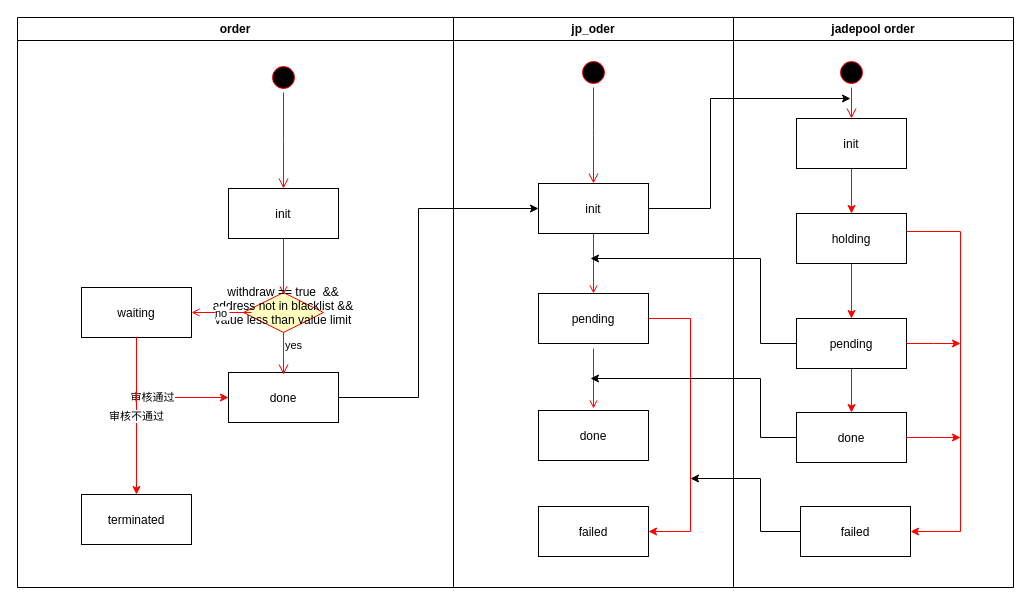
The draw.io diagram page "withdraw status machine" (2 of 2) of withdraw status machine.drawio in keyrole/graph, before the edit. Source tidied: cells renumbered, new cells numbered last; positions are measured from the earlier drawing's top-left corner, leaving out a move shared by most shapes. Both pictures are drawn from the tidied source at 100%, with x=0, y=0 at pixel (17, 17).
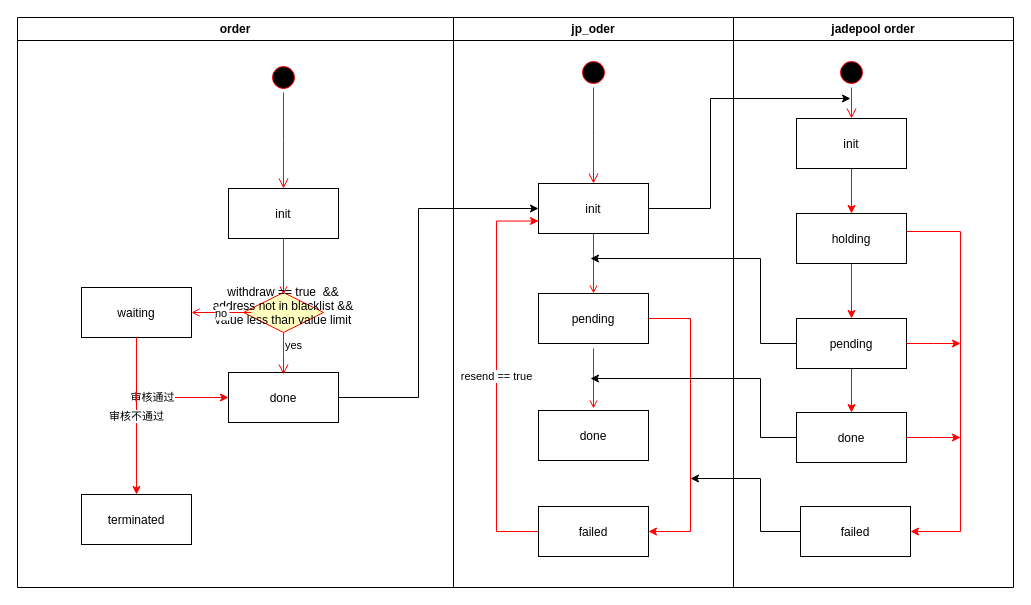
The same page after the edit.

The change refers to these unchanged cells:
```xml
<mxCell id="14" value="jp_oder" style="swimlane;whiteSpace=wrap;" parent="1" vertex="1">
  <mxGeometry x="436" width="280" height="570" as="geometry" />
</mxCell>
<mxCell id="17" value="init" parent="14" vertex="1">
  <mxGeometry x="85" y="166" width="110" height="50" as="geometry" />
</mxCell>
<mxCell id="21" value="failed" parent="14" vertex="1">
  <mxGeometry x="85" y="489" width="110" height="50" as="geometry" />
</mxCell>
```

Change to the diagram source:
```diff
@@
+    <mxCell id="44" value="resend == true" style="edgeStyle=orthogonalEdgeStyle;rounded=0;jettySize=auto;html=1;exitX=0;exitY=0.5;exitDx=0;exitDy=0;entryX=0;entryY=0.75;entryDx=0;entryDy=0;strokeColor=#FF0000;" parent="14" edge="1" source="21" target="17">
+      <mxGeometry relative="1" as="geometry">
+        <Array as="points">
+          <mxPoint x="43" y="514" />
+          <mxPoint x="43" y="204" />
+        </Array>
+      </mxGeometry>
+    </mxCell>
```
